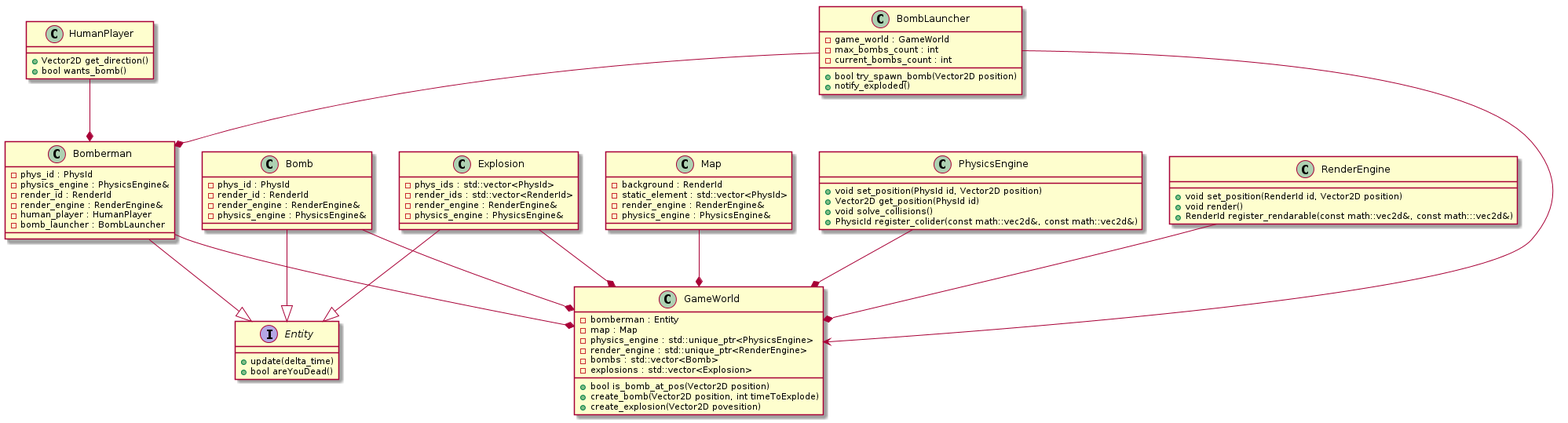
This is docs/img/class_diagram.png from NadzwyczajnaGrupaRobocza/bomberman, a PlantUML export, as it was before one commit.
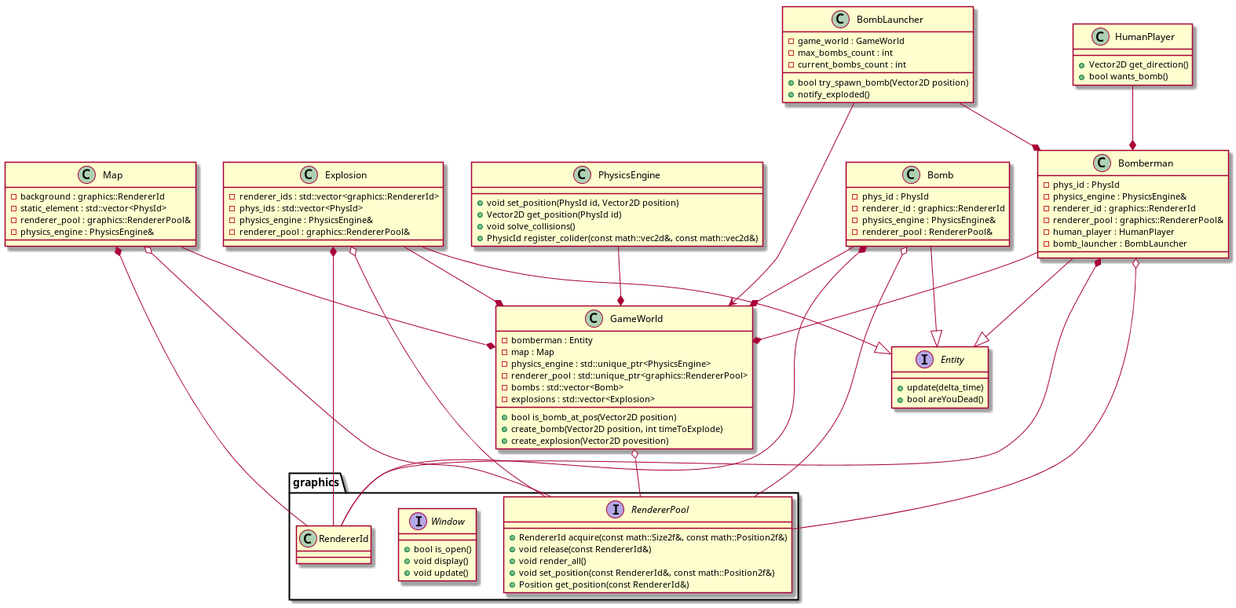
After the change.

What changed in the source:
```diff
@@ -1,4 +1,20 @@
 @startuml
+
+namespace graphics{
+  interface RendererPool{
+    + RendererId acquire(const math::Size2f&, const math::Position2f&)
+    + void release(const RendererId&)
+    + void render_all()
+    + void set_position(const RendererId&, const math::Position2f&)
+    + Position get_position(const RendererId&)
+  }
+  interface Window{
+    + bool is_open()
+    + void display()
+    + void update()
+  }
+  class RendererId
+}
 
 interface Entity {
 + update(delta_time)
@@ -8,23 +24,26 @@
 class Bomberman {
 - phys_id : PhysId
 - physics_engine : PhysicsEngine&
-- render_id : RenderId
-- render_engine : RenderEngine&
+- renderer_id : graphics::RendererId
+- renderer_pool : graphics::RendererPool&
 - human_player : HumanPlayer
 - bomb_launcher : BombLauncher
 }
+Bomberman o-- graphics.RendererPool
+Bomberman *-- graphics.RendererId
 
 class GameWorld {
 - bomberman : Entity
 - map : Map
 - physics_engine : std::unique_ptr<PhysicsEngine>
-- render_engine : std::unique_ptr<RenderEngine>
+- renderer_pool : std::unique_ptr<graphics::RendererPool>
 - bombs : std::vector<Bomb>
 - explosions : std::vector<Explosion>
 + bool is_bomb_at_pos(Vector2D position)
 + create_bomb(Vector2D position, int timeToExplode)
 + create_explosion(Vector2D povesition)
 }
+GameWorld o-down- graphics.RendererPool
 
 class HumanPlayer {
 + Vector2D get_direction()
@@ -40,11 +59,13 @@
 }
 
 class Map {
-- background : RenderId
+- background : graphics::RendererId
 - static_element : std::vector<PhysId>
-- render_engine : RenderEngine&
+- renderer_pool : graphics::RendererPool&
 - physics_engine : PhysicsEngine&
 }
+Map o-- graphics.RendererPool
+Map *-- graphics.RendererId
 
 class PhysicsEngine{
 + void set_position(PhysId id, Vector2D position)
@@ -53,25 +74,23 @@
 + PhysicId register_colider(const math::vec2d&, const math::vec2d&)
 }
 
-class RenderEngine{
-+ void set_position(RenderId id, Vector2D position)
-+ void render()
-+ RenderId register_rendarable(const math::vec2d&, const math:::vec2d&)
-}
-
 class Bomb {
 - phys_id : PhysId
-- render_id : RenderId
-- render_engine : RenderEngine&
+- renderer_id : graphics::RendererId
 - physics_engine : PhysicsEngine&
+- renderer_pool : RendererPool&
 }
+Bomb o-- graphics.RendererPool
+Bomb *-- graphics.RendererId
 
 class Explosion {
+- renderer_ids : std::vector<graphics::RendererId>
 - phys_ids : std::vector<PhysId>
-- render_ids : std::vector<RenderId>
-- render_engine : RenderEngine&
 - physics_engine : PhysicsEngine&
+- renderer_pool : graphics::RendererPool&
 }
+Explosion o-- graphics.RendererPool
+Explosion *-- graphics.RendererId
 
 Bomberman --|> Entity
 Bomb --|> Entity
@@ -86,10 +105,8 @@
 BombLauncher --> GameWorld
 BombLauncher --* Bomberman
 
-
 Map --* GameWorld
 
-RenderEngine --* GameWorld
 PhysicsEngine --* GameWorld
 
 @enduml
```
